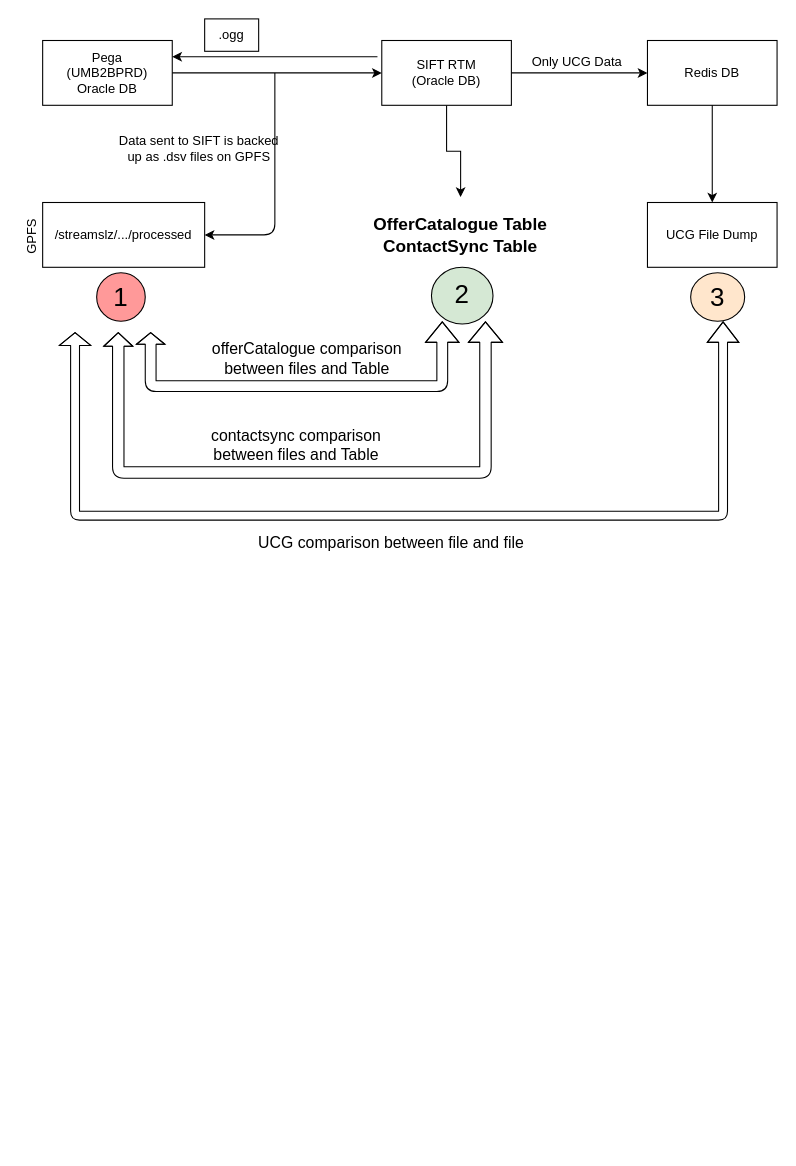
Above: Untitled Diagram.drawio in bilalmaxood/rep1 (draw.io), before the change. Source tidied: cells renumbered, new cells numbered last; positions are measured from the earlier drawing's top-left corner, leaving out a move shared by most shapes. Both pictures are drawn from the tidied source at 108%, with x=0, y=0 at pixel (10, 18).
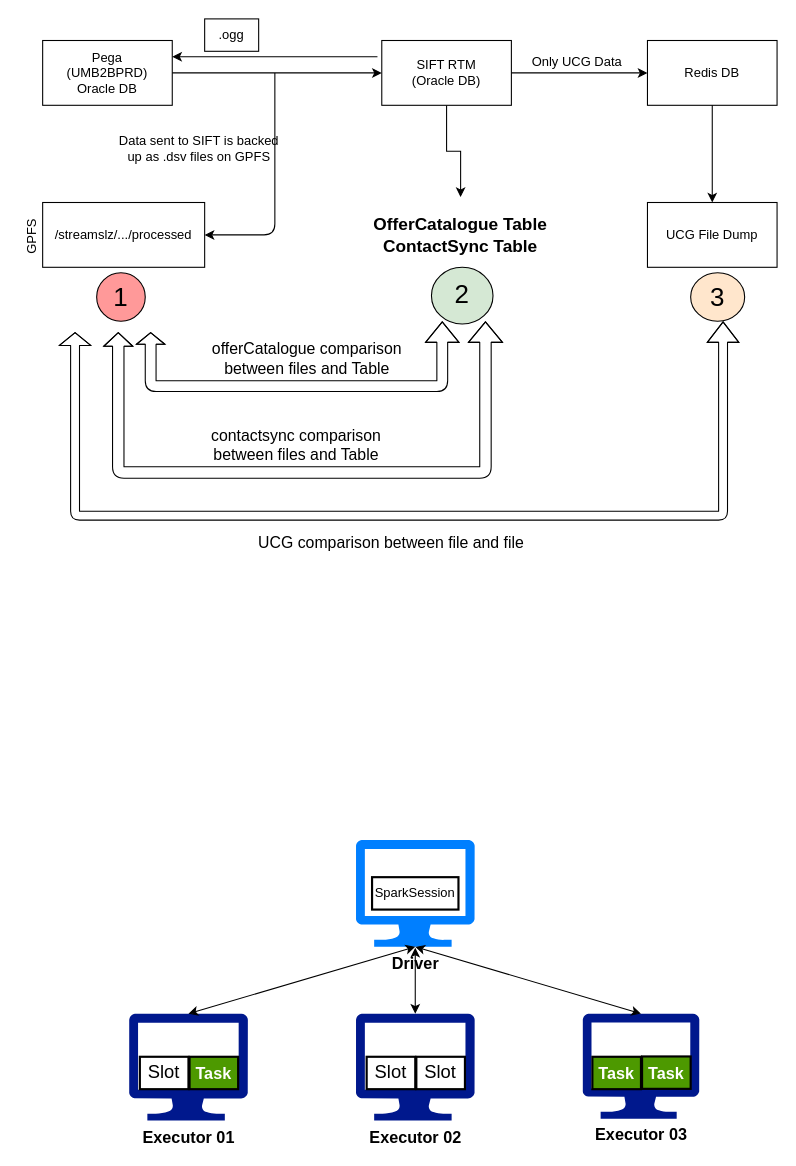
The same diagram, later.

Commit message:
spark architecture

The edit, as a diff of the source:
```diff
@@
+    <mxCell id="27" value="Driver" style="shadow=0;dashed=0;html=1;strokeColor=none;labelPosition=center;verticalLabelPosition=bottom;verticalAlign=top;align=center;shape=mxgraph.azure.computer;fillColor=#007FFF;fontSize=15;fontStyle=1;" parent="1" vertex="1">
+      <mxGeometry x="320" y="760.2" width="110" height="99" as="geometry" />
+    </mxCell>
+    <mxCell id="28" value="&lt;b&gt;&lt;font style=&quot;font-size: 15px&quot;&gt;Executor 01&lt;/font&gt;&lt;/b&gt;" style="shadow=0;dashed=0;html=1;strokeColor=none;labelPosition=center;verticalLabelPosition=bottom;verticalAlign=top;align=center;fillColor=#00188D;shape=mxgraph.azure.computer;" parent="1" vertex="1">
+      <mxGeometry x="110" y="921.1" width="110" height="99" as="geometry" />
+    </mxCell>
+    <mxCell id="29" value="&lt;font style=&quot;font-size: 15px&quot;&gt;&lt;b&gt;Executor 03&lt;/b&gt;&lt;/font&gt;" style="shadow=0;dashed=0;html=1;strokeColor=none;labelPosition=center;verticalLabelPosition=bottom;verticalAlign=top;align=center;fillColor=#00188D;shape=mxgraph.azure.computer;" parent="1" vertex="1">
+      <mxGeometry x="530" y="921.1" width="108" height="97.2" as="geometry" />
+    </mxCell>
+    <mxCell id="30" value="&lt;font style=&quot;font-size: 15px&quot;&gt;&lt;b&gt;Executor 02&lt;/b&gt;&lt;/font&gt;" style="shadow=0;dashed=0;html=1;strokeColor=none;labelPosition=center;verticalLabelPosition=bottom;verticalAlign=top;align=center;fillColor=#00188D;shape=mxgraph.azure.computer;" parent="1" vertex="1">
+      <mxGeometry x="320" y="921.1" width="110" height="99" as="geometry" />
+    </mxCell>
+    <mxCell id="31" value="Task" style="rounded=0;whiteSpace=wrap;html=1;fillColor=#4D9900;fontStyle=1;fontSize=15;fontColor=#FFFFFF;strokeWidth=2;" parent="1" vertex="1">
+      <mxGeometry x="166" y="961" width="45" height="30" as="geometry" />
+    </mxCell>
+    <mxCell id="32" value="Slot" style="rounded=0;whiteSpace=wrap;html=1;fontSize=17;strokeWidth=2;" parent="1" vertex="1">
+      <mxGeometry x="120" y="961" width="45" height="30" as="geometry" />
+    </mxCell>
+    <mxCell id="33" value="Slot" style="rounded=0;whiteSpace=wrap;html=1;fontSize=17;strokeWidth=2;" parent="1" vertex="1">
+      <mxGeometry x="330" y="961" width="45" height="30" as="geometry" />
+    </mxCell>
+    <mxCell id="34" value="Slot" style="rounded=0;whiteSpace=wrap;html=1;fontSize=17;strokeWidth=2;" parent="1" vertex="1">
+      <mxGeometry x="376" y="961" width="45" height="30" as="geometry" />
+    </mxCell>
+    <mxCell id="35" value="Task" style="rounded=0;whiteSpace=wrap;html=1;fillColor=#4D9900;fontStyle=1;fontSize=15;fontColor=#FFFFFF;strokeWidth=2;" parent="1" vertex="1">
+      <mxGeometry x="539" y="961" width="45" height="30" as="geometry" />
+    </mxCell>
+    <mxCell id="36" value="Task" style="rounded=0;whiteSpace=wrap;html=1;fillColor=#4D9900;fontStyle=1;fontSize=15;fontColor=#FFFFFF;strokeWidth=2;" parent="1" vertex="1">
+      <mxGeometry x="585" y="960.7" width="45" height="30" as="geometry" />
+    </mxCell>
+    <mxCell id="37" value="SparkSession" style="rounded=0;whiteSpace=wrap;html=1;fontSize=12;strokeWidth=2;" parent="1" vertex="1">
+      <mxGeometry x="335" y="794.7" width="80" height="30" as="geometry" />
+    </mxCell>
+    <mxCell id="38" style="endArrow=classic;startArrow=classic;html=1;fontSize=12;fontColor=#FFFFFF;entryX=0.5;entryY=1;entryDx=0;entryDy=0;entryPerimeter=0;exitX=0.5;exitY=0;exitDx=0;exitDy=0;exitPerimeter=0;" parent="1" edge="1" source="28" target="27">
+      <mxGeometry relative="1" as="geometry" />
+    </mxCell>
+    <mxCell id="39" style="endArrow=classic;startArrow=classic;html=1;fontSize=12;fontColor=#FFFFFF;exitX=0.5;exitY=0;exitDx=0;exitDy=0;exitPerimeter=0;" parent="1" edge="1" source="30">
+      <mxGeometry relative="1" as="geometry">
+        <mxPoint x="375" y="860" as="targetPoint" />
+      </mxGeometry>
+    </mxCell>
+    <mxCell id="40" style="endArrow=classic;startArrow=classic;html=1;fontSize=12;fontColor=#FFFFFF;entryX=0.5;entryY=1;entryDx=0;entryDy=0;entryPerimeter=0;exitX=0.5;exitY=0;exitDx=0;exitDy=0;exitPerimeter=0;" parent="1" edge="1" source="29" target="27">
+      <mxGeometry relative="1" as="geometry" />
+    </mxCell>
```
